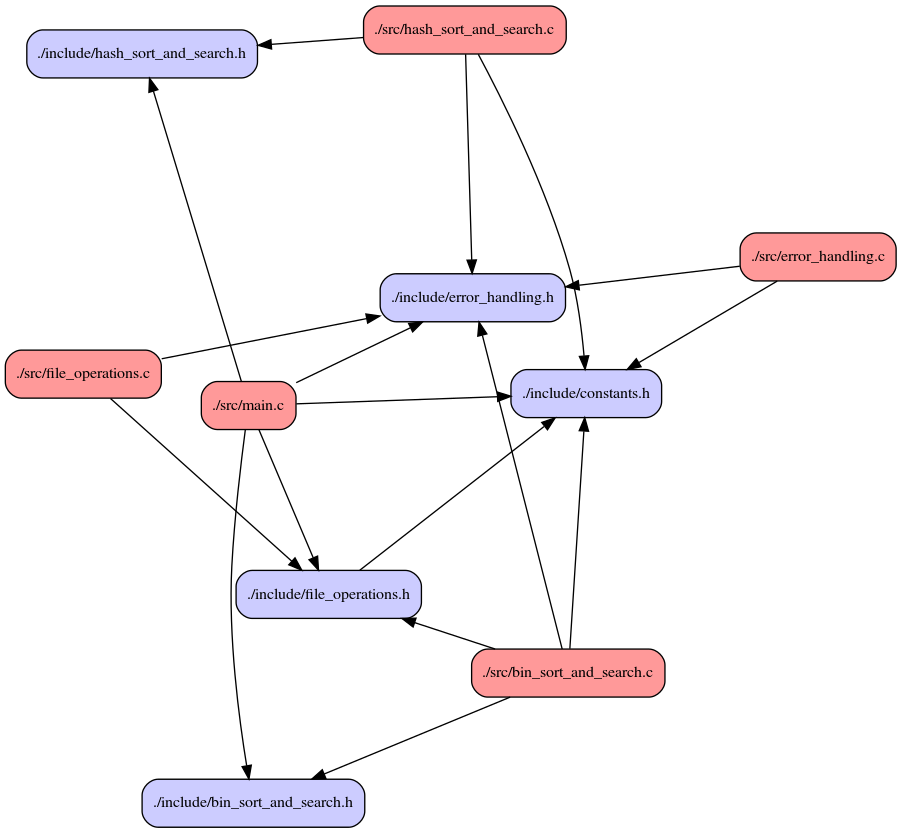
Above: modules_interdependency.png in FyodorPotseluev/binary_and_hash_search (Graphviz), before the change. Its source is kept beside it as modules_interdependency.dot.
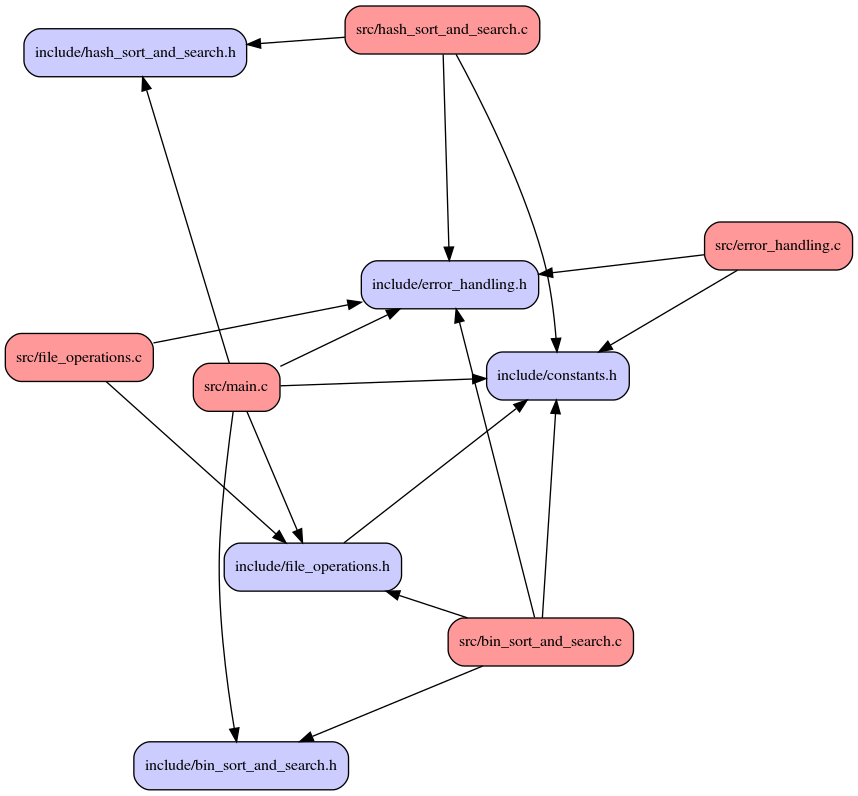
After the change.

What changed in the source:
```diff
@@ -5,32 +5,32 @@
 
     node [shape=Mrecord, fontsize=12]
 
-    node [fillcolor="#ccccff", style=filled] "./include/bin_sort_and_search.h"  [label = "./include/bin_sort_and_search.h"]
-    node [fillcolor="#ccccff", style=filled] "./include/constants.h"            [label = "./include/constants.h"]
-    node [fillcolor="#ccccff", style=filled] "./include/error_handling.h"       [label = "./include/error_handling.h"]
-    node [fillcolor="#ccccff", style=filled] "./include/file_operations.h"      [label = "./include/file_operations.h"]
-    node [fillcolor="#ccccff", style=filled] "./include/hash_sort_and_search.h" [label = "./include/hash_sort_and_search.h"]
-    node [fillcolor="#ff9999", style=filled] "./src/bin_sort_and_search.c"      [label = "./src/bin_sort_and_search.c"]
-    node [fillcolor="#ff9999", style=filled] "./src/error_handling.c"           [label = "./src/error_handling.c"]
-    node [fillcolor="#ff9999", style=filled] "./src/file_operations.c"          [label = "./src/file_operations.c"]
-    node [fillcolor="#ff9999", style=filled] "./src/hash_sort_and_search.c"     [label = "./src/hash_sort_and_search.c"]
-    node [fillcolor="#ff9999", style=filled] "./src/main.c"                     [label = "./src/main.c"]
+    node [fillcolor="#ccccff", style=filled] "include/bin_sort_and_search.h"  [label = "include/bin_sort_and_search.h"]
+    node [fillcolor="#ccccff", style=filled] "include/constants.h"            [label = "include/constants.h"]
+    node [fillcolor="#ccccff", style=filled] "include/error_handling.h"       [label = "include/error_handling.h"]
+    node [fillcolor="#ccccff", style=filled] "include/file_operations.h"      [label = "include/file_operations.h"]
+    node [fillcolor="#ccccff", style=filled] "include/hash_sort_and_search.h" [label = "include/hash_sort_and_search.h"]
+    node [fillcolor="#ff9999", style=filled] "src/bin_sort_and_search.c"      [label = "src/bin_sort_and_search.c"]
+    node [fillcolor="#ff9999", style=filled] "src/error_handling.c"           [label = "src/error_handling.c"]
+    node [fillcolor="#ff9999", style=filled] "src/file_operations.c"          [label = "src/file_operations.c"]
+    node [fillcolor="#ff9999", style=filled] "src/hash_sort_and_search.c"     [label = "src/hash_sort_and_search.c"]
+    node [fillcolor="#ff9999", style=filled] "src/main.c"                     [label = "src/main.c"]
 
-    "./include/file_operations.h"      -> "./include/constants.h"
-    "./src/bin_sort_and_search.c"      -> "./include/bin_sort_and_search.h"
-    "./src/bin_sort_and_search.c"      -> "./include/constants.h"
-    "./src/bin_sort_and_search.c"      -> "./include/error_handling.h"
-    "./src/bin_sort_and_search.c"      -> "./include/file_operations.h"
-    "./src/error_handling.c"           -> "./include/error_handling.h"
-    "./src/error_handling.c"           -> "./include/constants.h"
-    "./src/file_operations.c"          -> "./include/file_operations.h"
-    "./src/file_operations.c"          -> "./include/error_handling.h"
-    "./src/hash_sort_and_search.c"     -> "./include/hash_sort_and_search.h"
-    "./src/hash_sort_and_search.c"     -> "./include/constants.h"
-    "./src/hash_sort_and_search.c"     -> "./include/error_handling.h"
-    "./src/main.c"                     -> "./include/bin_sort_and_search.h"
-    "./src/main.c"                     -> "./include/hash_sort_and_search.h"
-    "./src/main.c"                     -> "./include/constants.h"
-    "./src/main.c"                     -> "./include/error_handling.h"
-    "./src/main.c"                     -> "./include/file_operations.h"
+    "include/file_operations.h"      -> "include/constants.h"
+    "src/bin_sort_and_search.c"      -> "include/bin_sort_and_search.h"
+    "src/bin_sort_and_search.c"      -> "include/constants.h"
+    "src/bin_sort_and_search.c"      -> "include/error_handling.h"
+    "src/bin_sort_and_search.c"      -> "include/file_operations.h"
+    "src/error_handling.c"           -> "include/error_handling.h"
+    "src/error_handling.c"           -> "include/constants.h"
+    "src/file_operations.c"          -> "include/file_operations.h"
+    "src/file_operations.c"          -> "include/error_handling.h"
+    "src/hash_sort_and_search.c"     -> "include/hash_sort_and_search.h"
+    "src/hash_sort_and_search.c"     -> "include/constants.h"
+    "src/hash_sort_and_search.c"     -> "include/error_handling.h"
+    "src/main.c"                     -> "include/bin_sort_and_search.h"
+    "src/main.c"                     -> "include/hash_sort_and_search.h"
+    "src/main.c"                     -> "include/constants.h"
+    "src/main.c"                     -> "include/error_handling.h"
+    "src/main.c"                     -> "include/file_operations.h"
 }
```
